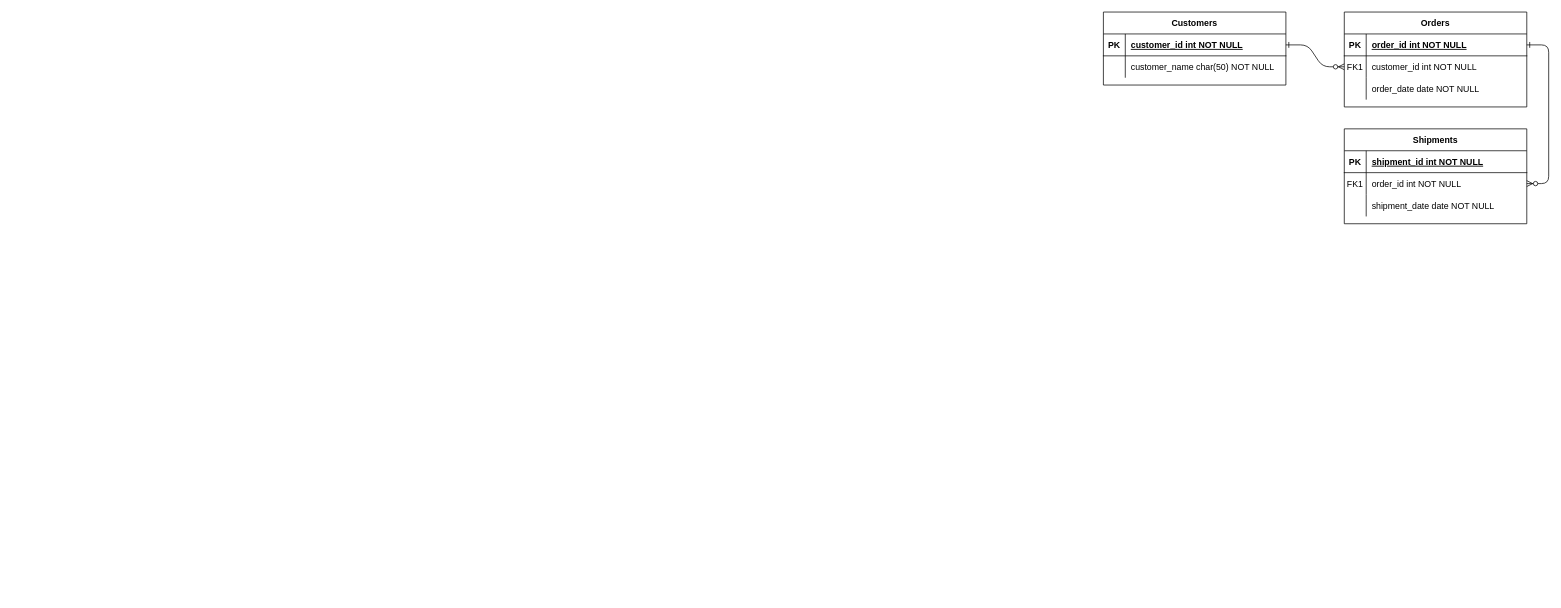
Earlier version of the draw.io diagram diagram/vet_clinic.drawio.xml (wickathou/vet-clinic-sql-practice). Source tidied: cells renumbered, new cells numbered last; positions are measured from the earlier drawing's top-left corner, leaving out a move shared by most shapes. Both pictures are drawn from the tidied source at 73%, with x=0, y=0 at pixel (1103, 12).
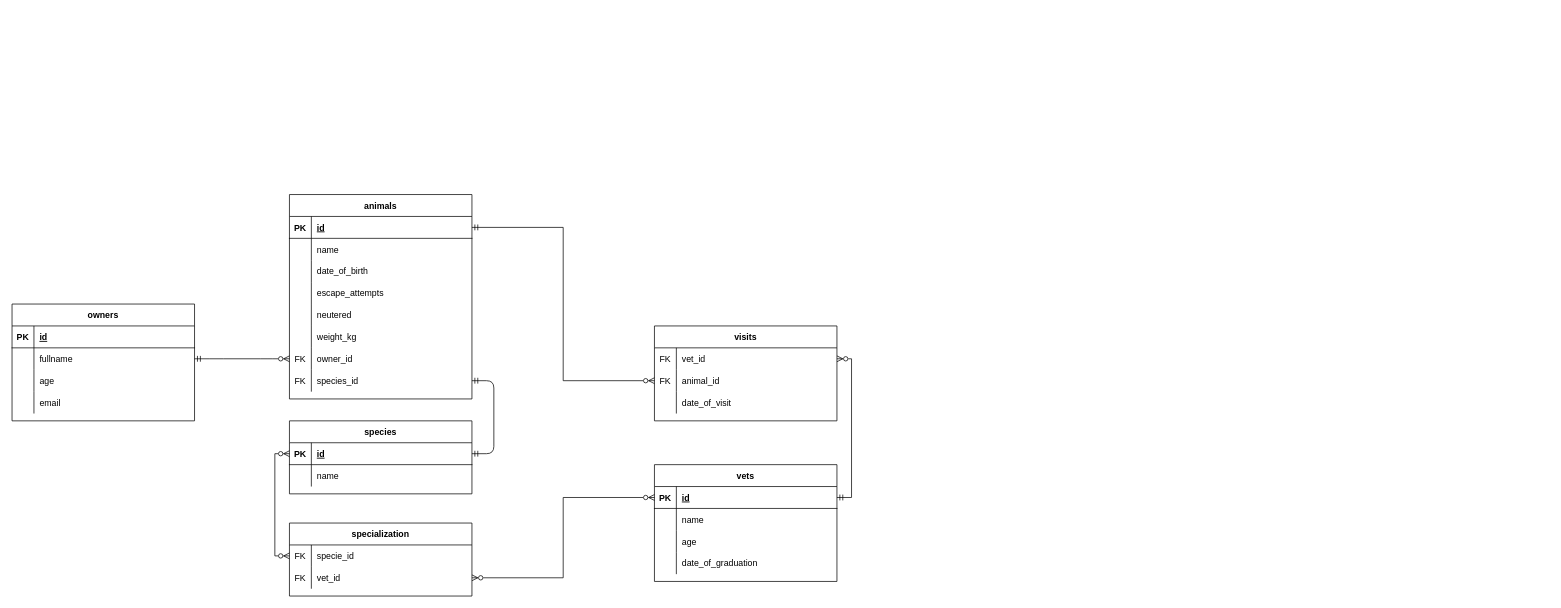
The same diagram, later.

The change refers to these unchanged cells:
```xml
<mxCell id="5" style="shape=partialRectangle;fillColor=none;points=[[0,0.5],[1,0.5]];portConstraint=eastwest;top=0;left=0;right=0;bottom=1;" parent="4" vertex="1">
  <mxGeometry y="30" width="250" height="30" as="geometry" />
</mxCell>
<mxCell id="8" style="shape=partialRectangle;fillColor=none;points=[[0,0.5],[1,0.5]];portConstraint=eastwest;top=0;left=0;right=0;bottom=0;" parent="4" vertex="1">
  <mxGeometry y="60" width="250" height="30" as="geometry" />
</mxCell>
<mxCell id="11" style="shape=partialRectangle;fillColor=none;top=0;left=0;right=0;bottom=0;" parent="4" vertex="1">
  <mxGeometry y="90" width="250" height="30" as="geometry" />
</mxCell>
<mxCell id="15" style="shape=partialRectangle;fillColor=none;top=0;left=0;right=0;bottom=1;" parent="14" vertex="1">
  <mxGeometry y="30" width="250" height="30" as="geometry" />
</mxCell>
<mxCell id="18" style="shape=partialRectangle;fillColor=none;points=[[0,0.5],[1,0.5]];portConstraint=eastwest;top=0;left=0;right=0;bottom=0;" parent="14" vertex="1">
  <mxGeometry y="60" width="250" height="30" as="geometry" />
</mxCell>
<mxCell id="21" style="shape=partialRectangle;fillColor=none;top=0;left=0;right=0;bottom=0;" parent="14" vertex="1">
  <mxGeometry y="90" width="250" height="30" as="geometry" />
</mxCell>
<mxCell id="25" style="shape=partialRectangle;fillColor=none;points=[[0,0.5],[1,0.5]];portConstraint=eastwest;top=0;left=0;right=0;bottom=1;" parent="24" vertex="1">
  <mxGeometry y="30" width="250" height="30" as="geometry" />
</mxCell>
<mxCell id="28" style="shape=partialRectangle;fillColor=none;top=0;left=0;right=0;bottom=0;" parent="24" vertex="1">
  <mxGeometry y="60" width="250" height="30" as="geometry" />
</mxCell>
```

Diff of the diagram source:
```diff
@@
-    <mxCell id="2" style="edgeStyle=entityRelationEdgeStyle;endArrow=ERzeroToMany;startArrow=ERone;endFill=1;startFill=0;" parent="1" edge="1" source="25" target="8">
+    <mxCell id="2" style="edgeStyle=entityRelationEdgeStyle;endArrow=ERmandOne;startArrow=ERmandOne;endFill=0;startFill=0;entryX=1;entryY=0.5;entryDx=0;entryDy=0;" parent="1" edge="1" source="25" target="43">
       <mxGeometry relative="1" as="geometry" />
     </mxCell>
-    <mxCell id="3" style="edgeStyle=entityRelationEdgeStyle;endArrow=ERzeroToMany;startArrow=ERone;endFill=1;startFill=0;" parent="1" edge="1" source="5" target="18">
+    <mxCell id="3" style="edgeStyle=entityRelationEdgeStyle;endArrow=ERmandOne;startArrow=ERzeroToMany;endFill=0;startFill=0;exitX=0;exitY=0.5;exitDx=0;exitDy=0;strokeColor=default;" parent="1" edge="1" source="40" target="18">
       <mxGeometry relative="1" as="geometry" />
     </mxCell>
-    <mxCell id="4" value="Orders" style="shape=table;startSize=30;childLayout=tableLayout;rowLines=0;fontStyle=1;align=center;" parent="1" vertex="1">
-      <mxGeometry x="330" width="250" height="130" as="geometry" />
+    <mxCell id="4" value="animals" style="shape=table;startSize=30;childLayout=tableLayout;rowLines=0;fontStyle=1;align=center;" parent="1" vertex="1">
+      <mxGeometry x="-1115" y="250" width="250" height="280" as="geometry" />
     </mxCell>
@@
-    <mxCell id="7" value="order_id int NOT NULL " style="shape=partialRectangle;overflow=hidden;fillColor=none;top=0;left=0;bottom=0;right=0;align=left;spacingLeft=6;fontStyle=5;" parent="5" vertex="1">
+    <mxCell id="7" value="id" style="shape=partialRectangle;overflow=hidden;fillColor=none;top=0;left=0;bottom=0;right=0;align=left;spacingLeft=6;fontStyle=5;" parent="5" vertex="1">
       <mxGeometry x="30" width="220" height="30" as="geometry" />
     </mxCell>
@@
-    <mxCell id="9" value="FK1" style="shape=partialRectangle;overflow=hidden;fillColor=none;top=0;left=0;bottom=0;right=0;" parent="8" vertex="1">
+    <mxCell id="9" style="shape=partialRectangle;overflow=hidden;fillColor=none;top=0;left=0;bottom=0;right=0;" parent="8" vertex="1">
       <mxGeometry width="30" height="30" as="geometry" />
     </mxCell>
-    <mxCell id="10" value="customer_id int NOT NULL" style="shape=partialRectangle;overflow=hidden;fillColor=none;top=0;left=0;bottom=0;right=0;align=left;spacingLeft=6;" parent="8" vertex="1">
+    <mxCell id="10" value="name" style="shape=partialRectangle;overflow=hidden;fillColor=none;top=0;left=0;bottom=0;right=0;align=left;spacingLeft=6;" parent="8" vertex="1">
       <mxGeometry x="30" width="220" height="30" as="geometry" />
     </mxCell>
@@
-    <mxCell id="13" value="order_date date NOT NULL" style="shape=partialRectangle;overflow=hidden;fillColor=none;top=0;left=0;bottom=0;right=0;align=left;spacingLeft=6;" parent="11" vertex="1">
+    <mxCell id="13" value="date_of_birth" style="shape=partialRectangle;overflow=hidden;fillColor=none;top=0;left=0;bottom=0;right=0;align=left;spacingLeft=6;" parent="11" vertex="1">
       <mxGeometry x="30" width="220" height="30" as="geometry" />
     </mxCell>
+    <mxCell id="31" style="shape=partialRectangle;fillColor=none;top=0;left=0;right=0;bottom=0;" parent="4" vertex="1">
+      <mxGeometry y="120" width="250" height="30" as="geometry" />
+    </mxCell>
+    <mxCell id="32" style="shape=partialRectangle;overflow=hidden;fillColor=none;top=0;left=0;bottom=0;right=0;" parent="31" vertex="1">
+      <mxGeometry width="30" height="30" as="geometry" />
+    </mxCell>
+    <mxCell id="33" value="escape_attempts" style="shape=partialRectangle;overflow=hidden;fillColor=none;top=0;left=0;bottom=0;right=0;align=left;spacingLeft=6;" parent="31" vertex="1">
+      <mxGeometry x="30" width="220" height="30" as="geometry" />
+    </mxCell>
+    <mxCell id="34" style="shape=partialRectangle;fillColor=none;top=0;left=0;right=0;bottom=0;" parent="4" vertex="1">
+      <mxGeometry y="150" width="250" height="30" as="geometry" />
+    </mxCell>
+    <mxCell id="35" style="shape=partialRectangle;overflow=hidden;fillColor=none;top=0;left=0;bottom=0;right=0;" parent="34" vertex="1">
+      <mxGeometry width="30" height="30" as="geometry" />
+    </mxCell>
+    <mxCell id="36" value="neutered" style="shape=partialRectangle;overflow=hidden;fillColor=none;top=0;left=0;bottom=0;right=0;align=left;spacingLeft=6;" parent="34" vertex="1">
+      <mxGeometry x="30" width="220" height="30" as="geometry" />
+    </mxCell>
+    <mxCell id="37" style="shape=partialRectangle;fillColor=none;top=0;left=0;right=0;bottom=0;" parent="4" vertex="1">
+      <mxGeometry y="180" width="250" height="30" as="geometry" />
+    </mxCell>
+    <mxCell id="38" style="shape=partialRectangle;overflow=hidden;fillColor=none;top=0;left=0;bottom=0;right=0;" parent="37" vertex="1">
+      <mxGeometry width="30" height="30" as="geometry" />
+    </mxCell>
+    <mxCell id="39" value="weight_kg" style="shape=partialRectangle;overflow=hidden;fillColor=none;top=0;left=0;bottom=0;right=0;align=left;spacingLeft=6;" parent="37" vertex="1">
+      <mxGeometry x="30" width="220" height="30" as="geometry" />
+    </mxCell>
+    <mxCell id="40" style="shape=partialRectangle;fillColor=none;points=[[0,0.5],[1,0.5]];portConstraint=eastwest;top=0;left=0;right=0;bottom=0;" parent="4" vertex="1">
+      <mxGeometry y="210" width="250" height="30" as="geometry" />
+    </mxCell>
+    <mxCell id="41" value="FK" style="shape=partialRectangle;overflow=hidden;fillColor=none;top=0;left=0;bottom=0;right=0;" parent="40" vertex="1">
+      <mxGeometry width="30" height="30" as="geometry" />
+    </mxCell>
+    <mxCell id="42" value="owner_id" style="shape=partialRectangle;overflow=hidden;fillColor=none;top=0;left=0;bottom=0;right=0;align=left;spacingLeft=6;" parent="40" vertex="1">
+      <mxGeometry x="30" width="220" height="30" as="geometry" />
+    </mxCell>
+    <mxCell id="43" style="shape=partialRectangle;fillColor=none;points=[[0,0.5],[1,0.5]];portConstraint=eastwest;top=0;left=0;right=0;bottom=0;" parent="4" vertex="1">
+      <mxGeometry y="240" width="250" height="30" as="geometry" />
+    </mxCell>
+    <mxCell id="44" value="FK" style="shape=partialRectangle;overflow=hidden;fillColor=none;top=0;left=0;bottom=0;right=0;" parent="43" vertex="1">
+      <mxGeometry width="30" height="30" as="geometry" />
+    </mxCell>
+    <mxCell id="45" value="species_id" style="shape=partialRectangle;overflow=hidden;fillColor=none;top=0;left=0;bottom=0;right=0;align=left;spacingLeft=6;" parent="43" vertex="1">
+      <mxGeometry x="30" width="220" height="30" as="geometry" />
+    </mxCell>
-    <mxCell id="14" value="Shipments" style="shape=table;startSize=30;childLayout=tableLayout;rowLines=0;fontStyle=1;align=center;" parent="1" vertex="1">
-      <mxGeometry x="330" y="160" width="250" height="130" as="geometry" />
+    <mxCell id="14" value="owners" style="shape=table;startSize=30;childLayout=tableLayout;rowLines=0;fontStyle=1;align=center;" parent="1" vertex="1">
+      <mxGeometry x="-1495" y="400" width="250" height="160" as="geometry" />
     </mxCell>
@@
-    <mxCell id="17" value="shipment_id int NOT NULL " style="shape=partialRectangle;overflow=hidden;fillColor=none;top=0;left=0;bottom=0;right=0;align=left;spacingLeft=6;fontStyle=5;" parent="15" vertex="1">
+    <mxCell id="17" value="id" style="shape=partialRectangle;overflow=hidden;fillColor=none;top=0;left=0;bottom=0;right=0;align=left;spacingLeft=6;fontStyle=5;" parent="15" vertex="1">
       <mxGeometry x="30" width="220" height="30" as="geometry" />
     </mxCell>
@@
-    <mxCell id="19" value="FK1" style="shape=partialRectangle;overflow=hidden;fillColor=none;top=0;left=0;bottom=0;right=0;" parent="18" vertex="1">
+    <mxCell id="19" style="shape=partialRectangle;overflow=hidden;fillColor=none;top=0;left=0;bottom=0;right=0;" parent="18" vertex="1">
       <mxGeometry width="30" height="30" as="geometry" />
     </mxCell>
-    <mxCell id="20" value="order_id int NOT NULL" style="shape=partialRectangle;overflow=hidden;fillColor=none;top=0;left=0;bottom=0;right=0;align=left;spacingLeft=6;" parent="18" vertex="1">
+    <mxCell id="20" value="fullname" style="shape=partialRectangle;overflow=hidden;fillColor=none;top=0;left=0;bottom=0;right=0;align=left;spacingLeft=6;" parent="18" vertex="1">
       <mxGeometry x="30" width="220" height="30" as="geometry" />
     </mxCell>
@@
-    <mxCell id="23" value="shipment_date date NOT NULL" style="shape=partialRectangle;overflow=hidden;fillColor=none;top=0;left=0;bottom=0;right=0;align=left;spacingLeft=6;" parent="21" vertex="1">
+    <mxCell id="23" value="age" style="shape=partialRectangle;overflow=hidden;fillColor=none;top=0;left=0;bottom=0;right=0;align=left;spacingLeft=6;" parent="21" vertex="1">
       <mxGeometry x="30" width="220" height="30" as="geometry" />
     </mxCell>
+    <mxCell id="46" style="shape=partialRectangle;fillColor=none;top=0;left=0;right=0;bottom=0;" parent="14" vertex="1">
+      <mxGeometry y="120" width="250" height="30" as="geometry" />
+    </mxCell>
+    <mxCell id="47" style="shape=partialRectangle;overflow=hidden;fillColor=none;top=0;left=0;bottom=0;right=0;" parent="46" vertex="1">
+      <mxGeometry width="30" height="30" as="geometry" />
+    </mxCell>
+    <mxCell id="48" value="email" style="shape=partialRectangle;overflow=hidden;fillColor=none;top=0;left=0;bottom=0;right=0;align=left;spacingLeft=6;" parent="46" vertex="1">
+      <mxGeometry x="30" width="220" height="30" as="geometry" />
+    </mxCell>
-    <mxCell id="24" value="Customers" style="shape=table;startSize=30;childLayout=tableLayout;rowLines=0;fontStyle=1;align=center;" parent="1" vertex="1">
-      <mxGeometry width="250" height="100" as="geometry" />
+    <mxCell id="24" value="species" style="shape=table;startSize=30;childLayout=tableLayout;rowLines=0;fontStyle=1;align=center;" parent="1" vertex="1">
+      <mxGeometry x="-1115" y="560" width="250" height="100" as="geometry" />
     </mxCell>
@@
-    <mxCell id="27" value="customer_id int NOT NULL " style="shape=partialRectangle;overflow=hidden;fillColor=none;top=0;left=0;bottom=0;right=0;align=left;spacingLeft=6;fontStyle=5;" parent="25" vertex="1">
+    <mxCell id="27" value="id" style="shape=partialRectangle;overflow=hidden;fillColor=none;top=0;left=0;bottom=0;right=0;align=left;spacingLeft=6;fontStyle=5;" parent="25" vertex="1">
       <mxGeometry x="30" width="220" height="30" as="geometry" />
     </mxCell>
@@
-    <mxCell id="30" value="customer_name char(50) NOT NULL" style="shape=partialRectangle;overflow=hidden;fillColor=none;top=0;left=0;bottom=0;right=0;align=left;spacingLeft=6;" parent="28" vertex="1">
+    <mxCell id="30" value="name" style="shape=partialRectangle;overflow=hidden;fillColor=none;top=0;left=0;bottom=0;right=0;align=left;spacingLeft=6;" parent="28" vertex="1">
       <mxGeometry x="30" width="220" height="30" as="geometry" />
     </mxCell>
+    <mxCell id="49" value="vets" style="shape=table;startSize=30;childLayout=tableLayout;rowLines=0;fontStyle=1;align=center;" parent="1" vertex="1">
+      <mxGeometry x="-615" y="620" width="250" height="160" as="geometry" />
+    </mxCell>
+    <mxCell id="50" style="shape=partialRectangle;fillColor=none;points=[[0,0.5],[1,0.5]];portConstraint=eastwest;top=0;left=0;right=0;bottom=1;" parent="49" vertex="1">
+      <mxGeometry y="30" width="250" height="30" as="geometry" />
+    </mxCell>
+    <mxCell id="51" value="PK" style="shape=partialRectangle;overflow=hidden;fillColor=none;top=0;left=0;bottom=0;right=0;fontStyle=1;" parent="50" vertex="1">
+      <mxGeometry width="30" height="30" as="geometry" />
+    </mxCell>
+    <mxCell id="52" value="id" style="shape=partialRectangle;overflow=hidden;fillColor=none;top=0;left=0;bottom=0;right=0;align=left;spacingLeft=6;fontStyle=5;" parent="50" vertex="1">
+      <mxGeometry x="30" width="220" height="30" as="geometry" />
+    </mxCell>
+    <mxCell id="53" style="shape=partialRectangle;fillColor=none;top=0;left=0;right=0;bottom=0;" parent="49" vertex="1">
+      <mxGeometry y="60" width="250" height="30" as="geometry" />
+    </mxCell>
+    <mxCell id="54" style="shape=partialRectangle;overflow=hidden;fillColor=none;top=0;left=0;bottom=0;right=0;" parent="53" vertex="1">
+      <mxGeometry width="30" height="30" as="geometry" />
+    </mxCell>
+    <mxCell id="55" value="name" style="shape=partialRectangle;overflow=hidden;fillColor=none;top=0;left=0;bottom=0;right=0;align=left;spacingLeft=6;" parent="53" vertex="1">
+      <mxGeometry x="30" width="220" height="30" as="geometry" />
+    </mxCell>
+    <mxCell id="56" style="shape=partialRectangle;fillColor=none;top=0;left=0;right=0;bottom=0;" parent="49" vertex="1">
+      <mxGeometry y="90" width="250" height="30" as="geometry" />
+    </mxCell>
+    <mxCell id="57" style="shape=partialRectangle;overflow=hidden;fillColor=none;top=0;left=0;bottom=0;right=0;" parent="56" vertex="1">
+      <mxGeometry width="30" height="30" as="geometry" />
+    </mxCell>
+    <mxCell id="58" value="age" style="shape=partialRectangle;overflow=hidden;fillColor=none;top=0;left=0;bottom=0;right=0;align=left;spacingLeft=6;" parent="56" vertex="1">
+      <mxGeometry x="30" width="220" height="30" as="geometry" />
+    </mxCell>
+    <mxCell id="59" style="shape=partialRectangle;fillColor=none;top=0;left=0;right=0;bottom=0;" parent="49" vertex="1">
+      <mxGeometry y="120" width="250" height="30" as="geometry" />
+    </mxCell>
+    <mxCell id="60" style="shape=partialRectangle;overflow=hidden;fillColor=none;top=0;left=0;bottom=0;right=0;" parent="59" vertex="1">
+      <mxGeometry width="30" height="30" as="geometry" />
+    </mxCell>
+    <mxCell id="61" value="date_of_graduation" style="shape=partialRectangle;overflow=hidden;fillColor=none;top=0;left=0;bottom=0;right=0;align=left;spacingLeft=6;" parent="59" vertex="1">
+      <mxGeometry x="30" width="220" height="30" as="geometry" />
+    </mxCell>
+    <mxCell id="62" value="visits" style="shape=table;startSize=30;childLayout=tableLayout;rowLines=0;fontStyle=1;align=center;" parent="1" vertex="1">
+      <mxGeometry x="-615" y="430" width="250" height="130" as="geometry" />
+    </mxCell>
+    <mxCell id="63" style="shape=partialRectangle;fillColor=none;points=[[0,0.5],[1,0.5]];portConstraint=eastwest;top=0;left=0;right=0;bottom=0;" parent="62" vertex="1">
+      <mxGeometry y="30" width="250" height="30" as="geometry" />
+    </mxCell>
+    <mxCell id="64" value="FK" style="shape=partialRectangle;overflow=hidden;fillColor=none;top=0;left=0;bottom=0;right=0;" parent="63" vertex="1">
+      <mxGeometry width="30" height="30" as="geometry" />
+    </mxCell>
+    <mxCell id="65" value="vet_id" style="shape=partialRectangle;overflow=hidden;fillColor=none;top=0;left=0;bottom=0;right=0;align=left;spacingLeft=6;" parent="63" vertex="1">
+      <mxGeometry x="30" width="220" height="30" as="geometry" />
+    </mxCell>
+    <mxCell id="66" style="shape=partialRectangle;fillColor=none;points=[[0,0.5],[1,0.5]];portConstraint=eastwest;top=0;left=0;right=0;bottom=0;" parent="62" vertex="1">
+      <mxGeometry y="60" width="250" height="30" as="geometry" />
+    </mxCell>
+    <mxCell id="67" value="FK" style="shape=partialRectangle;overflow=hidden;fillColor=none;top=0;left=0;bottom=0;right=0;" parent="66" vertex="1">
+      <mxGeometry width="30" height="30" as="geometry" />
+    </mxCell>
+    <mxCell id="68" value="animal_id" style="shape=partialRectangle;overflow=hidden;fillColor=none;top=0;left=0;bottom=0;right=0;align=left;spacingLeft=6;" parent="66" vertex="1">
+      <mxGeometry x="30" width="220" height="30" as="geometry" />
+    </mxCell>
+    <mxCell id="69" style="shape=partialRectangle;fillColor=none;top=0;left=0;right=0;bottom=0;" parent="62" vertex="1">
+      <mxGeometry y="90" width="250" height="30" as="geometry" />
+    </mxCell>
+    <mxCell id="70" style="shape=partialRectangle;overflow=hidden;fillColor=none;top=0;left=0;bottom=0;right=0;" parent="69" vertex="1">
+      <mxGeometry width="30" height="30" as="geometry" />
+    </mxCell>
+    <mxCell id="71" value="date_of_visit" style="shape=partialRectangle;overflow=hidden;fillColor=none;top=0;left=0;bottom=0;right=0;align=left;spacingLeft=6;" parent="69" vertex="1">
+      <mxGeometry x="30" width="220" height="30" as="geometry" />
+    </mxCell>
+    <mxCell id="72" value="specialization" style="shape=table;startSize=30;childLayout=tableLayout;rowLines=0;fontStyle=1;align=center;" parent="1" vertex="1">
+      <mxGeometry x="-1115" y="700" width="250" height="100" as="geometry" />
+    </mxCell>
+    <mxCell id="73" style="shape=partialRectangle;fillColor=none;points=[[0,0.5],[1,0.5]];portConstraint=eastwest;top=0;left=0;right=0;bottom=0;" parent="72" vertex="1">
+      <mxGeometry y="30" width="250" height="30" as="geometry" />
+    </mxCell>
+    <mxCell id="74" value="FK" style="shape=partialRectangle;overflow=hidden;fillColor=none;top=0;left=0;bottom=0;right=0;" parent="73" vertex="1">
+      <mxGeometry width="30" height="30" as="geometry" />
+    </mxCell>
+    <mxCell id="75" value="specie_id" style="shape=partialRectangle;overflow=hidden;fillColor=none;top=0;left=0;bottom=0;right=0;align=left;spacingLeft=6;" parent="73" vertex="1">
+      <mxGeometry x="30" width="220" height="30" as="geometry" />
+    </mxCell>
+    <mxCell id="76" style="shape=partialRectangle;fillColor=none;points=[[0,0.5],[1,0.5]];portConstraint=eastwest;top=0;left=0;right=0;bottom=0;" parent="72" vertex="1">
+      <mxGeometry y="60" width="250" height="30" as="geometry" />
+    </mxCell>
+    <mxCell id="77" value="FK" style="shape=partialRectangle;overflow=hidden;fillColor=none;top=0;left=0;bottom=0;right=0;" parent="76" vertex="1">
+      <mxGeometry width="30" height="30" as="geometry" />
+    </mxCell>
+    <mxCell id="78" value="vet_id" style="shape=partialRectangle;overflow=hidden;fillColor=none;top=0;left=0;bottom=0;right=0;align=left;spacingLeft=6;" parent="76" vertex="1">
+      <mxGeometry x="30" width="220" height="30" as="geometry" />
+    </mxCell>
+    <mxCell id="79" style="edgeStyle=orthogonalEdgeStyle;rounded=0;jettySize=auto;html=1;exitX=0;exitY=0.5;exitDx=0;exitDy=0;entryX=0;entryY=0.5;entryDx=0;entryDy=0;endArrow=ERzeroToMany;endFill=0;startArrow=ERzeroToMany;startFill=0;" parent="1" edge="1" source="73" target="25">
+      <mxGeometry relative="1" as="geometry" />
+    </mxCell>
+    <mxCell id="80" style="edgeStyle=orthogonalEdgeStyle;rounded=0;jettySize=auto;html=1;exitX=1;exitY=0.5;exitDx=0;exitDy=0;entryX=0;entryY=0.5;entryDx=0;entryDy=0;endArrow=ERzeroToMany;endFill=0;startArrow=ERzeroToMany;startFill=0;" parent="1" edge="1" source="76" target="50">
+      <mxGeometry relative="1" as="geometry" />
+    </mxCell>
+    <mxCell id="81" style="edgeStyle=orthogonalEdgeStyle;rounded=0;jettySize=auto;html=1;exitX=1;exitY=0.5;exitDx=0;exitDy=0;entryX=1;entryY=0.5;entryDx=0;entryDy=0;endArrow=ERmandOne;endFill=0;startArrow=ERzeroToMany;startFill=0;" parent="1" edge="1" source="63" target="50">
+      <mxGeometry relative="1" as="geometry" />
+    </mxCell>
+    <mxCell id="82" style="edgeStyle=orthogonalEdgeStyle;rounded=0;jettySize=auto;html=1;exitX=0;exitY=0.5;exitDx=0;exitDy=0;entryX=1;entryY=0.5;entryDx=0;entryDy=0;endArrow=ERmandOne;endFill=0;startArrow=ERzeroToMany;startFill=0;" parent="1" edge="1" source="66" target="5">
+      <mxGeometry relative="1" as="geometry" />
+    </mxCell>
```
